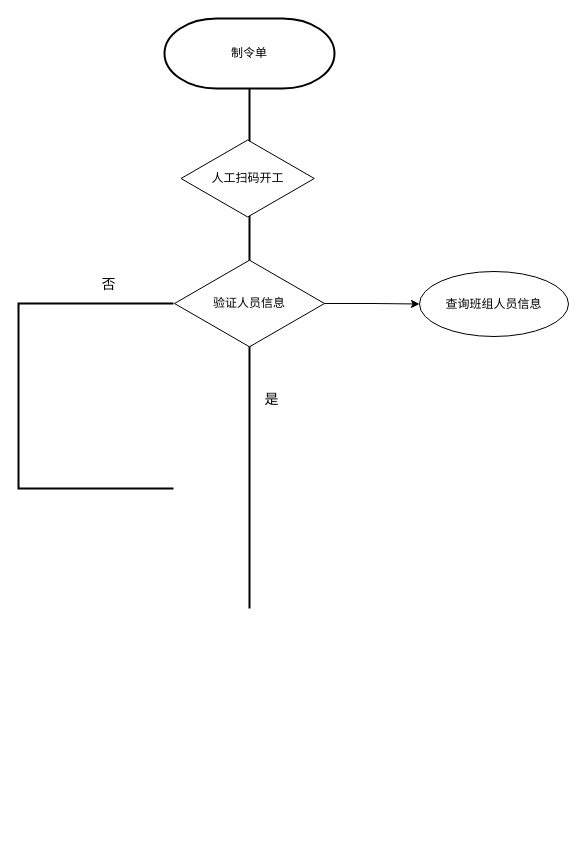
This is 制令单流程图.drawio from KNAI-I/test, a draw.io file, before an edit. Source tidied: cells renumbered, new cells numbered last; positions are measured from the earlier drawing's top-left corner, leaving out a move shared by most shapes. Both pictures are drawn from the tidied source at 100%, with x=0, y=0 at pixel (18, 18).
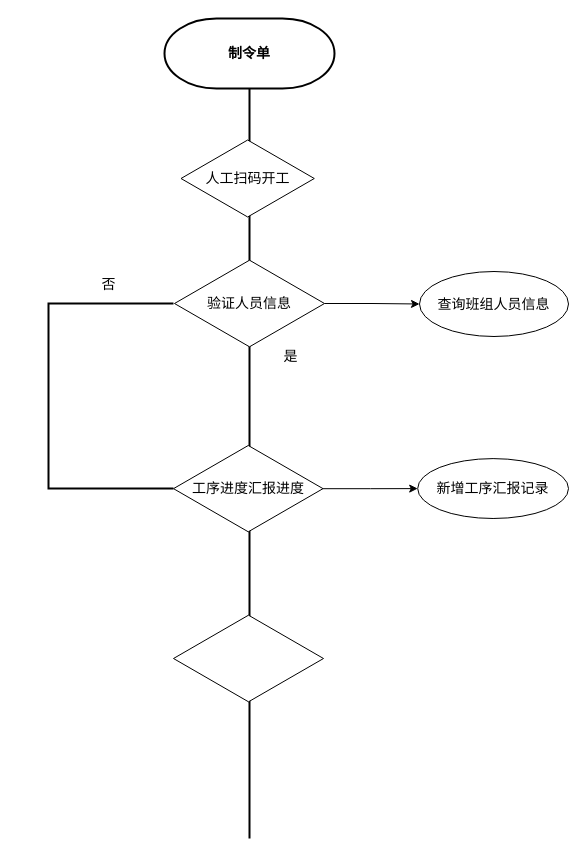
Above is the later version.

Commit message (it also covers changes not shown here):
更新制令单流程图.drawio

What changed in the source:
```diff
@@
 <mxGraphModel>
   <root>
     <mxCell id="0" />
     <mxCell id="1" parent="0" />
-    <mxCell id="2" value="制令单" style="strokeWidth=2;html=1;shape=mxgraph.flowchart.terminator;whiteSpace=wrap;" parent="1" vertex="1">
+    <mxCell id="2" value="制令单" style="strokeWidth=2;html=1;shape=mxgraph.flowchart.terminator;whiteSpace=wrap;fontSize=14;fontStyle=1;" parent="1" vertex="1">
       <mxGeometry x="146" width="170" height="70" as="geometry" />
     </mxCell>
     <mxCell id="3" style="line;strokeWidth=2;direction=south;html=1;" parent="1" vertex="1">
-      <mxGeometry x="226" y="70" width="10" height="520" as="geometry" />
+      <mxGeometry x="226" y="70" width="10" height="750" as="geometry" />
     </mxCell>
-    <mxCell id="4" value="人工扫码开工" style="html=1;whiteSpace=wrap;shape=isoRectangle;" parent="1" vertex="1">
+    <mxCell id="4" value="人工扫码开工" style="html=1;whiteSpace=wrap;shape=isoRectangle;fontSize=14;" parent="1" vertex="1">
       <mxGeometry x="162.5" y="120" width="133.3" height="80" as="geometry" />
     </mxCell>
     <mxCell id="5" style="edgeStyle=orthogonalEdgeStyle;rounded=0;jettySize=auto;html=1;fontSize=145;" parent="1" edge="1" source="6" target="10">
       <mxGeometry relative="1" as="geometry" />
     </mxCell>
-    <mxCell id="6" value="验证人员信息" style="html=1;whiteSpace=wrap;shape=isoRectangle;" parent="1" vertex="1">
+    <mxCell id="6" value="验证人员信息" style="html=1;whiteSpace=wrap;shape=isoRectangle;fontSize=14;" parent="1" vertex="1">
       <mxGeometry x="156" y="240" width="150" height="90" as="geometry" />
     </mxCell>
     <mxCell id="7" style="strokeWidth=2;html=1;shape=mxgraph.flowchart.annotation_1;align=left;" parent="1" vertex="1">
-      <mxGeometry y="285" width="155" height="185" as="geometry" />
+      <mxGeometry x="30" y="285" width="125" height="185" as="geometry" />
     </mxCell>
     <mxCell id="8" value="否" style="text;html=1;align=center;verticalAlign=middle;strokeColor=none;fillColor=none;fontSize=14;" parent="1" vertex="1">
       <mxGeometry x="70" y="251" width="40" height="30" as="geometry" />
     </mxCell>
     <mxCell id="9" value="是" style="text;html=1;align=center;verticalAlign=middle;strokeColor=none;fillColor=none;fontSize=14;" parent="1" vertex="1">
-      <mxGeometry x="233" y="366" width="40" height="30" as="geometry" />
+      <mxGeometry x="252" y="323" width="40" height="30" as="geometry" />
     </mxCell>
-    <mxCell id="10" value="查询班组人员信息" style="ellipse;whiteSpace=wrap;html=1;" parent="1" vertex="1">
+    <mxCell id="10" value="查询班组人员信息" style="ellipse;whiteSpace=wrap;html=1;fontSize=14;" parent="1" vertex="1">
       <mxGeometry x="401" y="253" width="149" height="65" as="geometry" />
     </mxCell>
+    <mxCell id="11" style="edgeStyle=orthogonalEdgeStyle;rounded=0;jettySize=auto;html=1;fontSize=14;" parent="1" edge="1" source="12" target="14">
+      <mxGeometry relative="1" as="geometry" />
+    </mxCell>
+    <mxCell id="12" value="&lt;font style=&quot;font-size: 14px;&quot;&gt;工序进度汇报进度&lt;/font&gt;" style="html=1;whiteSpace=wrap;shape=isoRectangle;fontSize=14;" parent="1" vertex="1">
+      <mxGeometry x="155" y="425.3" width="149.5" height="89.7" as="geometry" />
+    </mxCell>
+    <mxCell id="13" style="html=1;whiteSpace=wrap;shape=isoRectangle;fontSize=14;" parent="1" vertex="1">
+      <mxGeometry x="155" y="595" width="150" height="90" as="geometry" />
+    </mxCell>
+    <mxCell id="14" value="新增工序汇报记录" style="ellipse;whiteSpace=wrap;html=1;fontSize=14;" parent="1" vertex="1">
+      <mxGeometry x="399.2" y="440.1" width="150.8" height="59.9" as="geometry" />
+    </mxCell>
   </root>
 </mxGraphModel>
```
